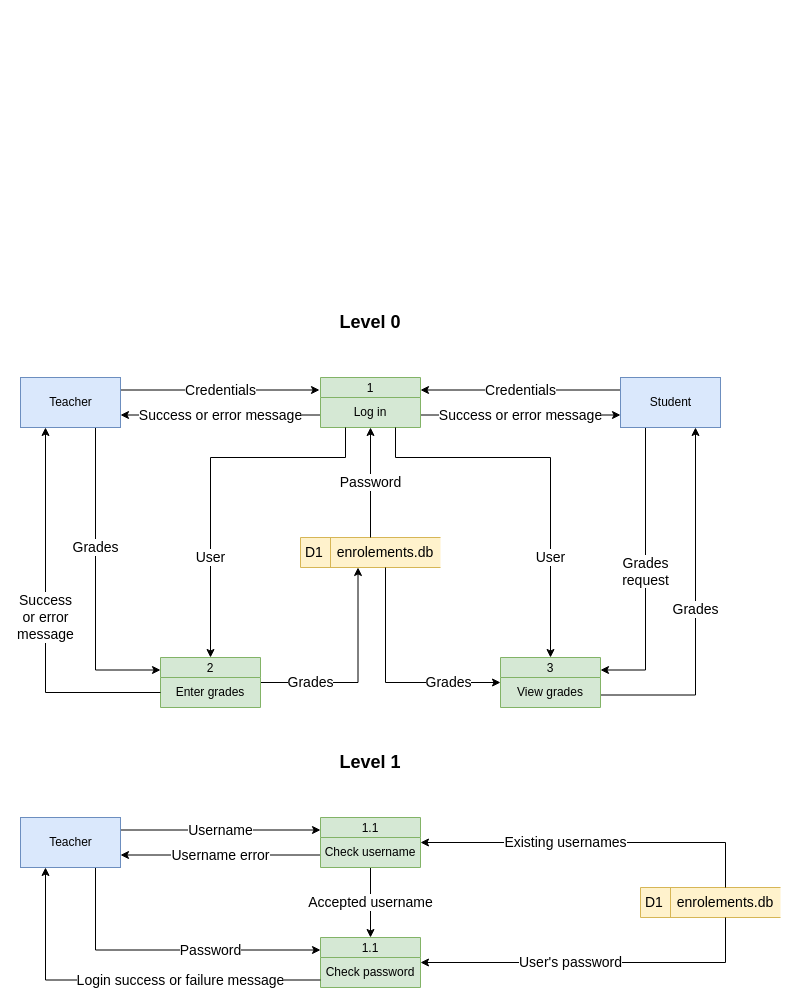
The draw.io diagram page "DFD" (5 of 7) of UML Symbols.drawio in DamoM73/digital-solutions-text, before the edit. Source tidied: cells renumbered, new cells numbered last; positions are measured from the earlier drawing's top-left corner, leaving out a move shared by most shapes. Both pictures are drawn from the tidied source at 100%, with x=0, y=0 at pixel (20, 307).
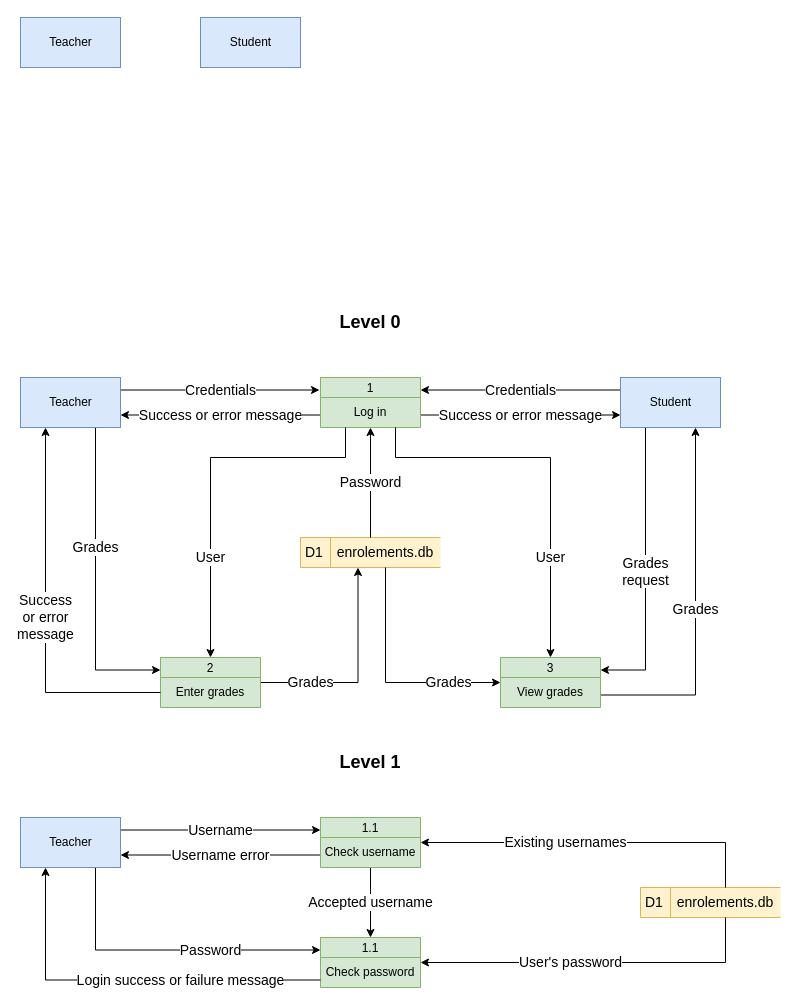
After the change.

Change to the diagram source:
```diff
@@
+    <mxCell id="43" value="Teacher" style="html=1;dashed=0;whitespace=wrap;fillColor=#dae8fc;strokeColor=#6c8ebf;" parent="1" vertex="1">
+      <mxGeometry y="-290" width="100" height="50" as="geometry" />
+    </mxCell>
+    <mxCell id="44" value="Student" style="html=1;dashed=0;whitespace=wrap;fillColor=#dae8fc;strokeColor=#6c8ebf;" parent="1" vertex="1">
+      <mxGeometry x="180" y="-290" width="100" height="50" as="geometry" />
+    </mxCell>
```
